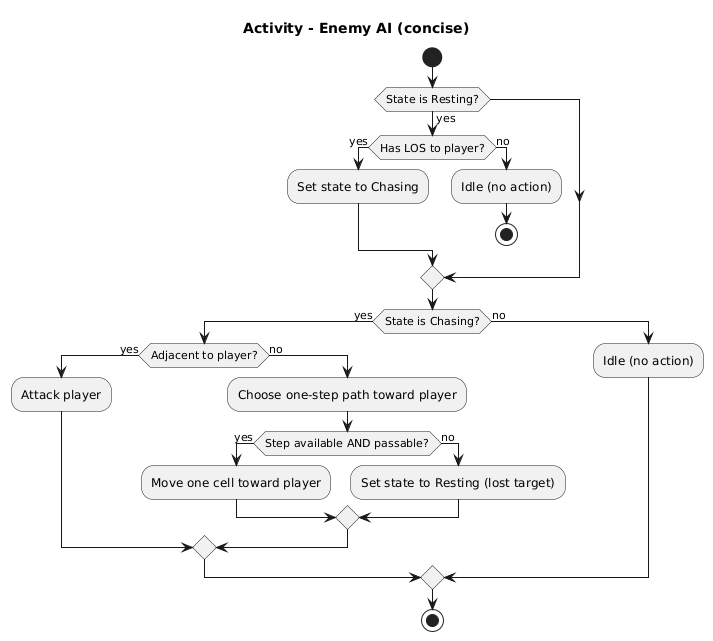
This is docs/diagrams/enemy_ai_AD.png from Sage-Cat/labyrinth_game, a PlantUML export, as it was before one commit. The source it was exported from:
```plantuml
@startuml
title "Activity - Enemy AI (concise)"

start

if (State is Resting?) then (yes)
  if (Has LOS to player?) then (yes)
    :Set state to Chasing;
  else (no)
    :Idle (no action);
    stop
  endif
endif

if (State is Chasing?) then (yes)
  if (Adjacent to player?) then (yes)
    :Attack player;
  else (no)
    :Choose one-step path toward player;
    if (Step available AND passable?) then (yes)
      :Move one cell toward player;
    else (no)
      :Set state to Resting (lost target);
    endif
  endif
else (no)
  :Idle (no action);
endif

stop
@enduml
```
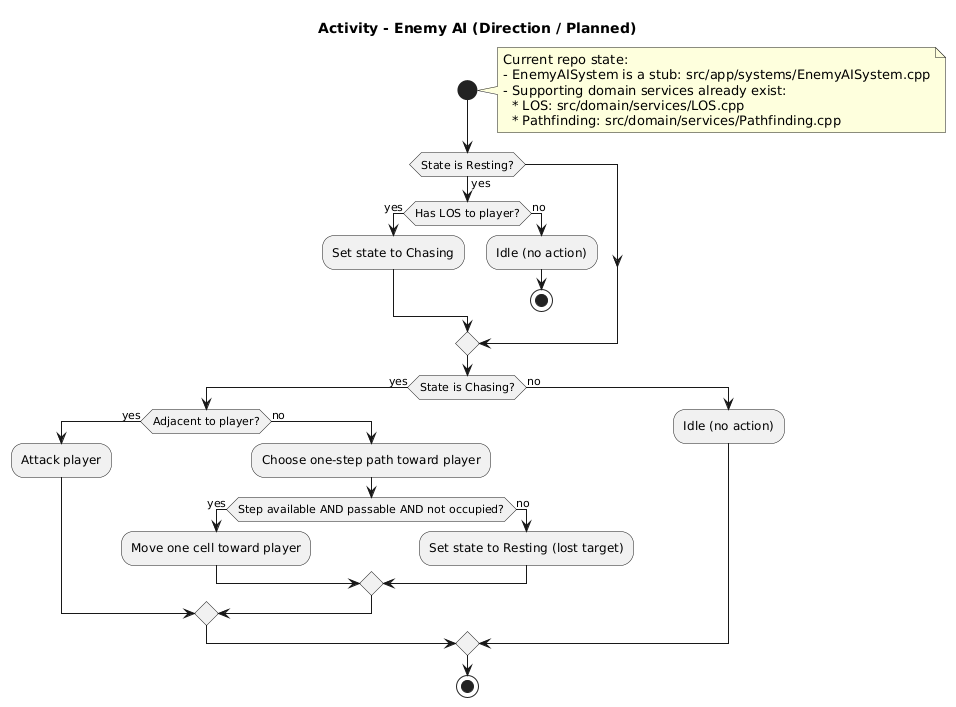
After the change.

Diff of the diagram source:
```diff
@@ -1,7 +1,15 @@
 @startuml
-title "Activity - Enemy AI (concise)"
+start
 
-start
+title "Activity - Enemy AI (Direction / Planned)"
+
+note right
+  Current repo state:
+  - EnemyAISystem is a stub: src/app/systems/EnemyAISystem.cpp
+  - Supporting domain services already exist:
+    * LOS: src/domain/services/LOS.cpp
+    * Pathfinding: src/domain/services/Pathfinding.cpp
+end note
 
 if (State is Resting?) then (yes)
   if (Has LOS to player?) then (yes)
@@ -17,7 +25,7 @@
     :Attack player;
   else (no)
     :Choose one-step path toward player;
-    if (Step available AND passable?) then (yes)
+    if (Step available AND passable AND not occupied?) then (yes)
       :Move one cell toward player;
     else (no)
       :Set state to Resting (lost target);
```
